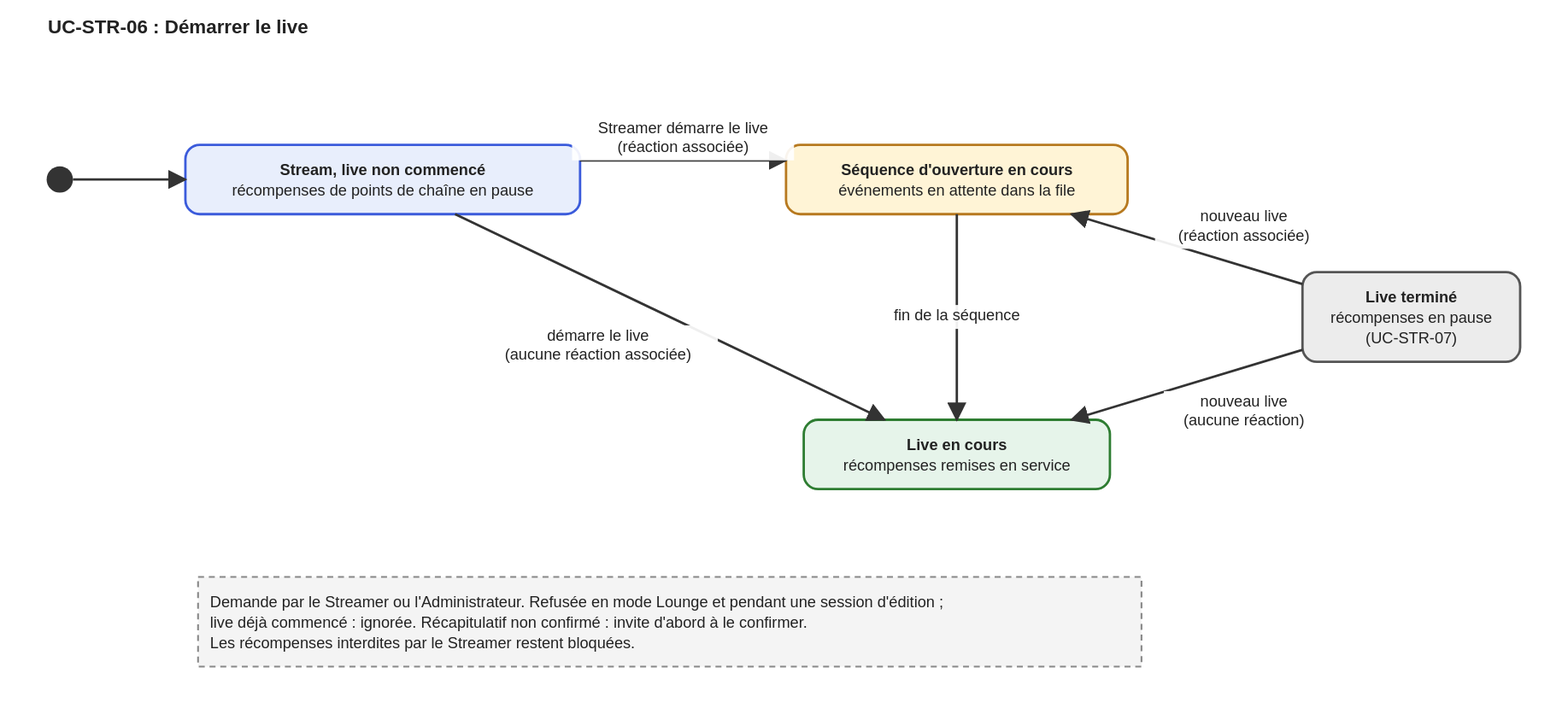
Has-san/Starlight keeps this draw.io diagram as docs/01-besoin/cas-d-usage/UC-STR-06.drawio.svg. Above is the earlier version. Source tidied: cells renumbered, new cells last; positions are measured from the earlier drawing's top-left corner, leaving out a move shared by most shapes. Its diagram source:
```xml
<mxGraphModel>
  <root>
    <mxCell id="0" />
    <mxCell id="1" parent="0" />
    <mxCell id="2" style="ellipse;fillColor=#333333;strokeColor=#333333;" parent="1" vertex="1">
      <mxGeometry y="18" width="22" height="22" as="geometry" />
    </mxCell>
    <mxCell id="3" value="Stream, live non commencé&lt;br&gt;récompenses de points de chaîne en pause" style="rounded=1;whiteSpace=wrap;html=1;fillColor=#e8eefc;strokeColor=#3b5bdb;strokeWidth=2;fontSize=13;" parent="1" vertex="1">
      <mxGeometry x="116" width="330" height="58" as="geometry" />
    </mxCell>
    <mxCell id="4" value="Séquence d'ouverture en cours&lt;br&gt;événements en attente dans la file" style="rounded=1;whiteSpace=wrap;html=1;fillColor=#fff4d6;strokeColor=#b7791f;strokeWidth=2;fontSize=13;" parent="1" vertex="1">
      <mxGeometry x="618.2" width="285.6" height="58" as="geometry" />
    </mxCell>
    <mxCell id="5" value="Live en cours&lt;br&gt;récompenses remises en service" style="rounded=1;whiteSpace=wrap;html=1;fillColor=#e6f4ea;strokeColor=#2e7d32;strokeWidth=2;fontSize=13;" parent="1" vertex="1">
      <mxGeometry x="633" y="230" width="256" height="58" as="geometry" />
    </mxCell>
    <mxCell id="6" value="Live terminé&lt;br&gt;récompenses en pause&lt;br&gt;(UC-STR-07)" style="rounded=1;whiteSpace=wrap;html=1;fillColor=#ececec;strokeColor=#555555;strokeWidth=2;fontSize=13;" parent="1" vertex="1">
      <mxGeometry x="1050" y="106.5" width="182" height="75" as="geometry" />
    </mxCell>
    <mxCell id="7" value="Demande par le Streamer ou l'Administrateur. Refusée en mode Lounge et pendant une session d'édition ;&lt;br&gt;live déjà commencé : ignorée. Récapitulatif non confirmé : invite d'abord à le confirmer.&lt;br&gt;Les récompenses interdites par le Streamer restent bloquées." style="rounded=0;dashed=1;align=left;spacingLeft=8;whiteSpace=wrap;html=1;fillColor=#f4f4f4;strokeColor=#888888;strokeWidth=2;fontSize=13;" parent="1" vertex="1">
      <mxGeometry x="126.6" y="361.5" width="788.8" height="75" as="geometry" />
    </mxCell>
    <mxCell id="8" style="edgeStyle=none;html=1;endArrow=block;strokeWidth=2;fontSize=13;labelBackgroundColor=#ffffff;" parent="1" edge="1" source="2" target="3">
      <mxGeometry relative="1" as="geometry" />
    </mxCell>
    <mxCell id="9" value="Streamer démarre le live&lt;br&gt;(réaction associée)" style="edgeStyle=none;html=1;endArrow=block;strokeWidth=2;fontSize=13;labelBackgroundColor=#ffffff;" parent="1" edge="1" source="3" target="4">
      <mxGeometry relative="1" as="geometry">
        <Array as="points">
          <mxPoint x="281" y="13" />
          <mxPoint x="761" y="13" />
        </Array>
      </mxGeometry>
    </mxCell>
    <mxCell id="10" value="démarre le live&lt;br&gt;(aucune réaction associée)" style="edgeStyle=none;html=1;endArrow=block;strokeWidth=2;fontSize=13;labelBackgroundColor=#ffffff;" parent="1" edge="1" source="3" target="5">
      <mxGeometry relative="1" as="geometry" />
    </mxCell>
    <mxCell id="11" value="fin de la séquence" style="edgeStyle=none;html=1;endArrow=block;strokeWidth=2;fontSize=13;labelBackgroundColor=#ffffff;" parent="1" edge="1" source="4" target="5">
      <mxGeometry relative="1" as="geometry" />
    </mxCell>
    <mxCell id="12" value="nouveau live&lt;br&gt;(réaction associée)" style="edgeStyle=none;html=1;endArrow=block;strokeWidth=2;fontSize=13;labelBackgroundColor=#ffffff;" parent="1" edge="1" source="6" target="4">
      <mxGeometry relative="1" as="geometry" />
    </mxCell>
    <mxCell id="13" value="nouveau live&lt;br&gt;(aucune réaction)" style="edgeStyle=none;html=1;endArrow=block;strokeWidth=2;fontSize=13;labelBackgroundColor=#ffffff;" parent="1" edge="1" source="6" target="5">
      <mxGeometry relative="1" as="geometry" />
    </mxCell>
  </root>
</mxGraphModel>
```
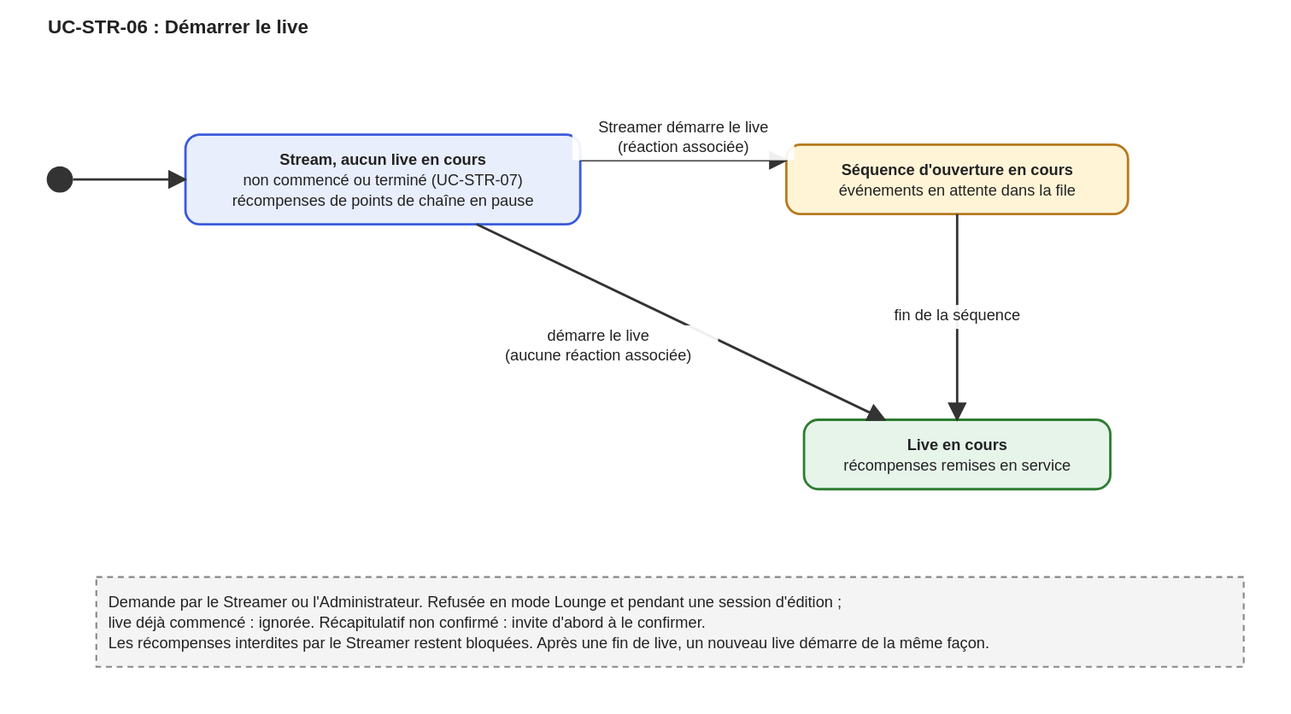
The same file after the commit.

Commit message:
docs: fusionner les états sans live (UC-STR-06) et corriger des étiquettes inversées (UC-STR-08, ADM-04, ADM-12)

Change to the diagram source:
```diff
@@ -5,8 +5,8 @@
     <mxCell id="2" style="ellipse;fillColor=#333333;strokeColor=#333333;" parent="1" vertex="1">
       <mxGeometry y="18" width="22" height="22" as="geometry" />
     </mxCell>
-    <mxCell id="3" value="Stream, live non commencé&lt;br&gt;récompenses de points de chaîne en pause" style="rounded=1;whiteSpace=wrap;html=1;fillColor=#e8eefc;strokeColor=#3b5bdb;strokeWidth=2;fontSize=13;" parent="1" vertex="1">
-      <mxGeometry x="116" width="330" height="58" as="geometry" />
+    <mxCell id="3" value="Stream, aucun live en cours&lt;br&gt;non commencé ou terminé (UC-STR-07)&lt;br&gt;récompenses de points de chaîne en pause" style="rounded=1;whiteSpace=wrap;html=1;fillColor=#e8eefc;strokeColor=#3b5bdb;strokeWidth=2;fontSize=13;" parent="1" vertex="1">
+      <mxGeometry x="116" y="-8.5" width="330" height="75" as="geometry" />
     </mxCell>
     <mxCell id="4" value="Séquence d'ouverture en cours&lt;br&gt;événements en attente dans la file" style="rounded=1;whiteSpace=wrap;html=1;fillColor=#fff4d6;strokeColor=#b7791f;strokeWidth=2;fontSize=13;" parent="1" vertex="1">
       <mxGeometry x="618.2" width="285.6" height="58" as="geometry" />
@@ -14,34 +14,25 @@
     <mxCell id="5" value="Live en cours&lt;br&gt;récompenses remises en service" style="rounded=1;whiteSpace=wrap;html=1;fillColor=#e6f4ea;strokeColor=#2e7d32;strokeWidth=2;fontSize=13;" parent="1" vertex="1">
       <mxGeometry x="633" y="230" width="256" height="58" as="geometry" />
     </mxCell>
-    <mxCell id="6" value="Live terminé&lt;br&gt;récompenses en pause&lt;br&gt;(UC-STR-07)" style="rounded=1;whiteSpace=wrap;html=1;fillColor=#ececec;strokeColor=#555555;strokeWidth=2;fontSize=13;" parent="1" vertex="1">
-      <mxGeometry x="1050" y="106.5" width="182" height="75" as="geometry" />
+    <mxCell id="6" value="Demande par le Streamer ou l'Administrateur. Refusée en mode Lounge et pendant une session d'édition ;&lt;br&gt;live déjà commencé : ignorée. Récapitulatif non confirmé : invite d'abord à le confirmer.&lt;br&gt;Les récompenses interdites par le Streamer restent bloquées. Après une fin de live, un nouveau live démarre de la même façon." style="rounded=0;dashed=1;align=left;spacingLeft=8;whiteSpace=wrap;html=1;fillColor=#f4f4f4;strokeColor=#888888;strokeWidth=2;fontSize=13;" parent="1" vertex="1">
+      <mxGeometry x="41.5" y="361.5" width="959" height="75" as="geometry" />
     </mxCell>
-    <mxCell id="7" value="Demande par le Streamer ou l'Administrateur. Refusée en mode Lounge et pendant une session d'édition ;&lt;br&gt;live déjà commencé : ignorée. Récapitulatif non confirmé : invite d'abord à le confirmer.&lt;br&gt;Les récompenses interdites par le Streamer restent bloquées." style="rounded=0;dashed=1;align=left;spacingLeft=8;whiteSpace=wrap;html=1;fillColor=#f4f4f4;strokeColor=#888888;strokeWidth=2;fontSize=13;" parent="1" vertex="1">
-      <mxGeometry x="126.6" y="361.5" width="788.8" height="75" as="geometry" />
-    </mxCell>
+    <mxCell id="14" style="edgeStyle=none;html=1;endArrow=block;strokeWidth=2;fontSize=13;labelBackgroundColor=#ffffff;" parent="1" edge="1" source="2" target="3">
+      <mxGeometry relative="1" as="geometry" />
+    </mxCell>
-    <mxCell id="8" style="edgeStyle=none;html=1;endArrow=block;strokeWidth=2;fontSize=13;labelBackgroundColor=#ffffff;" parent="1" edge="1" source="2" target="3">
-      <mxGeometry relative="1" as="geometry" />
+    <mxCell id="8" value="Streamer démarre le live&lt;br&gt;(réaction associée)" style="edgeStyle=none;html=1;endArrow=block;strokeWidth=2;fontSize=13;labelBackgroundColor=#ffffff;" parent="1" edge="1" source="3" target="4">
+      <mxGeometry relative="1" as="geometry">
+        <Array as="points">
+          <mxPoint x="281" y="13" />
+          <mxPoint x="761" y="13" />
+        </Array>
+      </mxGeometry>
     </mxCell>
-    <mxCell id="9" value="Streamer démarre le live&lt;br&gt;(réaction associée)" style="edgeStyle=none;html=1;endArrow=block;strokeWidth=2;fontSize=13;labelBackgroundColor=#ffffff;" parent="1" edge="1" source="3" target="4">
-      <mxGeometry relative="1" as="geometry">
-        <Array as="points">
-          <mxPoint x="281" y="13" />
-          <mxPoint x="761" y="13" />
-        </Array>
-      </mxGeometry>
+    <mxCell id="9" value="démarre le live&lt;br&gt;(aucune réaction associée)" style="edgeStyle=none;html=1;endArrow=block;strokeWidth=2;fontSize=13;labelBackgroundColor=#ffffff;" parent="1" edge="1" source="3" target="5">
+      <mxGeometry relative="1" as="geometry" />
     </mxCell>
-    <mxCell id="10" value="démarre le live&lt;br&gt;(aucune réaction associée)" style="edgeStyle=none;html=1;endArrow=block;strokeWidth=2;fontSize=13;labelBackgroundColor=#ffffff;" parent="1" edge="1" source="3" target="5">
+    <mxCell id="10" value="fin de la séquence" style="edgeStyle=none;html=1;endArrow=block;strokeWidth=2;fontSize=13;labelBackgroundColor=#ffffff;" parent="1" edge="1" source="4" target="5">
       <mxGeometry relative="1" as="geometry" />
     </mxCell>
-    <mxCell id="11" value="fin de la séquence" style="edgeStyle=none;html=1;endArrow=block;strokeWidth=2;fontSize=13;labelBackgroundColor=#ffffff;" parent="1" edge="1" source="4" target="5">
-      <mxGeometry relative="1" as="geometry" />
-    </mxCell>
-    <mxCell id="12" value="nouveau live&lt;br&gt;(réaction associée)" style="edgeStyle=none;html=1;endArrow=block;strokeWidth=2;fontSize=13;labelBackgroundColor=#ffffff;" parent="1" edge="1" source="6" target="4">
-      <mxGeometry relative="1" as="geometry" />
-    </mxCell>
-    <mxCell id="13" value="nouveau live&lt;br&gt;(aucune réaction)" style="edgeStyle=none;html=1;endArrow=block;strokeWidth=2;fontSize=13;labelBackgroundColor=#ffffff;" parent="1" edge="1" source="6" target="5">
-      <mxGeometry relative="1" as="geometry" />
-    </mxCell>
   </root>
 </mxGraphModel>
```
